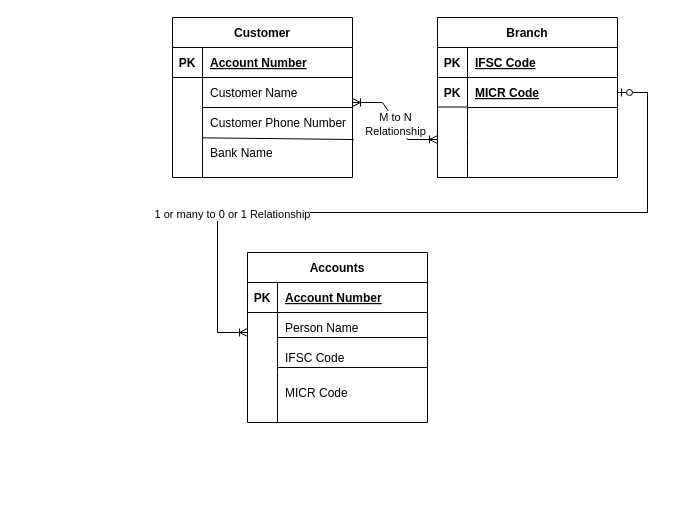
Before: erd/Paytm_ERD (1).drawio in Sahithi-003/DBMS-Assignment, a draw.io diagram. Source tidied: cells renumbered, new cells numbered last; positions are measured from the earlier drawing's top-left corner, leaving out a move shared by most shapes. Both pictures are drawn from the tidied source at 100%, with x=0, y=0 at pixel (172, 17).
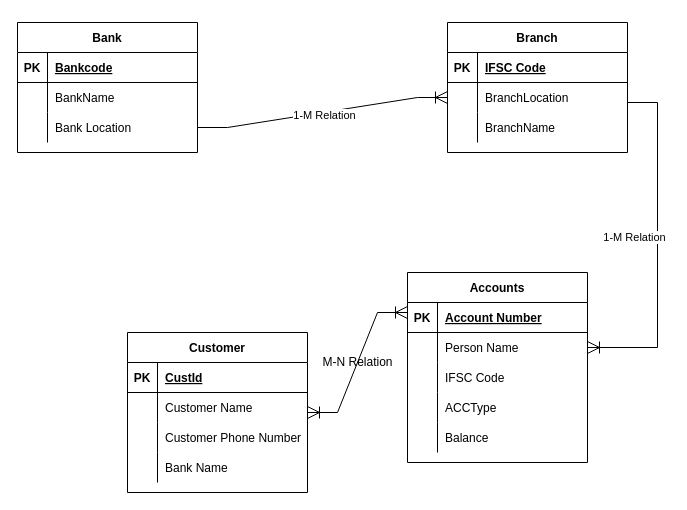
Above is the later version.

Unchanged cells that the change refers to:
```xml
<mxCell id="6" style="shape=tableRow;horizontal=0;startSize=0;swimlaneHead=0;swimlaneBody=0;fillColor=none;points=[[0,0.5],[1,0.5]];portConstraint=eastwest;top=0;left=0;right=0;bottom=0;" parent="2" vertex="1">
  <mxGeometry y="60" width="180" height="30" as="geometry" />
</mxCell>
<mxCell id="19" style="shape=tableRow;horizontal=0;startSize=0;swimlaneHead=0;swimlaneBody=0;fillColor=none;top=0;left=0;right=0;bottom=1;" parent="18" vertex="1">
  <mxGeometry y="30" width="180" height="30" as="geometry" />
</mxCell>
<mxCell id="25" style="shape=tableRow;horizontal=0;startSize=0;swimlaneHead=0;swimlaneBody=0;fillColor=none;points=[[0,0.5],[1,0.5]];portConstraint=eastwest;top=0;left=0;right=0;bottom=0;" parent="18" vertex="1">
  <mxGeometry y="90" width="180" height="30" as="geometry" />
</mxCell>
<mxCell id="28" style="shape=tableRow;horizontal=0;startSize=0;swimlaneHead=0;swimlaneBody=0;fillColor=none;points=[[0,0.5],[1,0.5]];portConstraint=eastwest;top=0;left=0;right=0;bottom=0;" parent="18" vertex="1">
  <mxGeometry y="120" width="180" height="30" as="geometry" />
</mxCell>
```

The edit, as a diff of the source:
```diff
@@
+    <mxCell id="54" style="edgeStyle=entityRelationEdgeStyle;fontSize=12;html=1;endArrow=ERoneToMany;rounded=0;endSize=10;startSize=10;entryX=0;entryY=0.5;entryDx=0;entryDy=0;exitX=1;exitY=0.5;exitDx=0;exitDy=0;" parent="1" edge="1" source="67" target="41">
+      <mxGeometry relative="1" as="geometry" />
+    </mxCell>
+    <mxCell id="55" value="1-M Relation" style="edgeLabel;html=1;align=center;verticalAlign=middle;" parent="54" vertex="1">
+      <mxGeometry x="0.01" y="-3" relative="1" as="geometry" />
+    </mxCell>
     <mxCell id="2" value="Accounts" style="shape=table;startSize=30;childLayout=tableLayout;rowLines=0;fontStyle=1;align=center;" parent="1" vertex="1">
-      <mxGeometry x="75" y="235" width="180" height="170" as="geometry" />
+      <mxGeometry x="235" y="255" width="180" height="190" as="geometry" />
     </mxCell>
@@
-    <mxCell id="12" style="shape=tableRow;horizontal=0;startSize=0;swimlaneHead=0;swimlaneBody=0;fillColor=none;top=0;left=0;right=0;bottom=0;" parent="2" vertex="1">
-      <mxGeometry y="120" width="180" height="40" as="geometry" />
-    </mxCell>
-    <mxCell id="13" style="shape=partialRectangle;fillColor=none;top=0;left=0;bottom=0;right=0;overflow=hidden;" parent="12" vertex="1">
-      <mxGeometry width="30" height="40" as="geometry" />
-    </mxCell>
-    <mxCell id="14" value="MICR Code" style="shape=partialRectangle;fillColor=none;top=0;left=0;bottom=0;right=0;align=left;spacingLeft=6;overflow=hidden;" parent="12" vertex="1">
-      <mxGeometry x="30" width="150" height="40" as="geometry" />
-    </mxCell>
-    <mxCell id="15" style="line;strokeWidth=1;dashed=0;labelPosition=right;align=left;verticalAlign=middle;spacingTop=0;spacingLeft=6;" parent="1" vertex="1">
-      <mxGeometry x="105" y="345" width="150" height="10" as="geometry" />
-    </mxCell>
-    <mxCell id="16" style="line;strokeWidth=1;dashed=0;labelPosition=right;align=left;verticalAlign=middle;spacingTop=0;spacingLeft=6;" parent="1" vertex="1">
-      <mxGeometry x="105" y="315" width="150" height="10" as="geometry" />
-    </mxCell>
-    <mxCell id="17" style="endArrow=none;html=1;rounded=0;" parent="1" edge="1">
-      <mxGeometry relative="1" as="geometry">
-        <mxPoint x="105" y="385" as="sourcePoint" />
-        <mxPoint x="105" y="405" as="targetPoint" />
-      </mxGeometry>
-    </mxCell>
+    <mxCell id="56" style="shape=tableRow;horizontal=0;startSize=0;swimlaneHead=0;swimlaneBody=0;fillColor=none;top=0;left=0;right=0;bottom=0;" parent="2" vertex="1">
+      <mxGeometry y="120" width="180" height="30" as="geometry" />
+    </mxCell>
+    <mxCell id="57" style="shape=partialRectangle;fillColor=none;top=0;left=0;bottom=0;right=0;overflow=hidden;" parent="56" vertex="1">
+      <mxGeometry width="30" height="30" as="geometry" />
+    </mxCell>
+    <mxCell id="58" value="ACCType" style="shape=partialRectangle;fillColor=none;top=0;left=0;bottom=0;right=0;align=left;spacingLeft=6;overflow=hidden;" parent="56" vertex="1">
+      <mxGeometry x="30" width="150" height="30" as="geometry" />
+    </mxCell>
+    <mxCell id="59" style="shape=tableRow;horizontal=0;startSize=0;swimlaneHead=0;swimlaneBody=0;fillColor=none;top=0;left=0;right=0;bottom=0;" parent="2" vertex="1">
+      <mxGeometry y="150" width="180" height="30" as="geometry" />
+    </mxCell>
+    <mxCell id="60" style="shape=partialRectangle;fillColor=none;top=0;left=0;bottom=0;right=0;overflow=hidden;" parent="59" vertex="1">
+      <mxGeometry width="30" height="30" as="geometry" />
+    </mxCell>
+    <mxCell id="61" value="Balance" style="shape=partialRectangle;fillColor=none;top=0;left=0;bottom=0;right=0;align=left;spacingLeft=6;overflow=hidden;" parent="59" vertex="1">
+      <mxGeometry x="30" width="150" height="30" as="geometry" />
+    </mxCell>
     <mxCell id="18" value="Customer" style="shape=table;startSize=30;childLayout=tableLayout;rowLines=0;fontStyle=1;align=center;" parent="1" vertex="1">
-      <mxGeometry width="180" height="160" as="geometry" />
+      <mxGeometry x="-45" y="315" width="180" height="160" as="geometry" />
     </mxCell>
@@
-    <mxCell id="21" value="Account Number" style="shape=partialRectangle;fillColor=none;top=0;left=0;bottom=0;right=0;align=left;spacingLeft=6;fontStyle=5;overflow=hidden;" parent="19" vertex="1">
+    <mxCell id="21" value="CustId" style="shape=partialRectangle;fillColor=none;top=0;left=0;bottom=0;right=0;align=left;spacingLeft=6;fontStyle=5;overflow=hidden;" parent="19" vertex="1">
       <mxGeometry x="30" width="150" height="30" as="geometry" />
     </mxCell>
@@
-    <mxCell id="31" style="endArrow=none;html=1;rounded=0;exitX=0.169;exitY=0.011;exitDx=0;exitDy=0;exitPerimeter=0;entryX=1.007;entryY=1.067;entryDx=0;entryDy=0;entryPerimeter=0;" parent="18" edge="1" source="28" target="25">
-      <mxGeometry relative="1" as="geometry" />
-    </mxCell>
-    <mxCell id="32" style="line;strokeWidth=1;dashed=0;labelPosition=right;align=left;verticalAlign=middle;spacingTop=0;spacingLeft=6;" parent="1" vertex="1">
-      <mxGeometry x="30" y="85" width="150" height="10" as="geometry" />
-    </mxCell>
-    <mxCell id="33" style="endArrow=none;html=1;rounded=0;" parent="1" edge="1">
-      <mxGeometry relative="1" as="geometry">
-        <mxPoint x="30" y="160" as="sourcePoint" />
-        <mxPoint x="30" y="140" as="targetPoint" />
-      </mxGeometry>
-    </mxCell>
+    <mxCell id="62" value="Bank" style="shape=table;startSize=30;childLayout=tableLayout;rowLines=0;fontStyle=1;align=center;" parent="1" vertex="1">
+      <mxGeometry x="-155" y="5" width="180" height="130" as="geometry" />
+    </mxCell>
+    <mxCell id="63" style="shape=tableRow;horizontal=0;startSize=0;swimlaneHead=0;swimlaneBody=0;fillColor=none;top=0;left=0;right=0;bottom=1;" parent="62" vertex="1">
+      <mxGeometry y="30" width="180" height="30" as="geometry" />
+    </mxCell>
+    <mxCell id="39" value="PK" style="shape=partialRectangle;fillColor=none;top=0;left=0;bottom=0;right=0;fontStyle=1;overflow=hidden;" parent="63" vertex="1">
+      <mxGeometry width="30" height="30" as="geometry" />
+    </mxCell>
+    <mxCell id="64" value="Bankcode" style="shape=partialRectangle;fillColor=none;top=0;left=0;bottom=0;right=0;align=left;spacingLeft=6;fontStyle=5;overflow=hidden;" parent="63" vertex="1">
+      <mxGeometry x="30" width="150" height="30" as="geometry" />
+    </mxCell>
+    <mxCell id="38" style="shape=tableRow;horizontal=0;startSize=0;swimlaneHead=0;swimlaneBody=0;fillColor=none;points=[[0,0.5],[1,0.5]];portConstraint=eastwest;top=0;left=0;right=0;bottom=0;" parent="62" vertex="1">
+      <mxGeometry y="60" width="180" height="30" as="geometry" />
+    </mxCell>
+    <mxCell id="65" style="shape=partialRectangle;fillColor=none;top=0;left=0;bottom=0;right=0;overflow=hidden;" parent="38" vertex="1">
+      <mxGeometry width="30" height="30" as="geometry" />
+    </mxCell>
+    <mxCell id="66" value="BankName" style="shape=partialRectangle;fillColor=none;top=0;left=0;bottom=0;right=0;align=left;spacingLeft=6;overflow=hidden;" parent="38" vertex="1">
+      <mxGeometry x="30" width="150" height="30" as="geometry" />
+    </mxCell>
+    <mxCell id="67" style="shape=tableRow;horizontal=0;startSize=0;swimlaneHead=0;swimlaneBody=0;fillColor=none;points=[[0,0.5],[1,0.5]];portConstraint=eastwest;top=0;left=0;right=0;bottom=0;" parent="62" vertex="1">
+      <mxGeometry y="90" width="180" height="30" as="geometry" />
+    </mxCell>
+    <mxCell id="68" style="shape=partialRectangle;fillColor=none;top=0;left=0;bottom=0;right=0;overflow=hidden;" parent="67" vertex="1">
+      <mxGeometry width="30" height="30" as="geometry" />
+    </mxCell>
+    <mxCell id="69" value="Bank Location" style="shape=partialRectangle;fillColor=none;top=0;left=0;bottom=0;right=0;align=left;spacingLeft=6;overflow=hidden;" parent="67" vertex="1">
+      <mxGeometry x="30" width="150" height="30" as="geometry" />
+    </mxCell>
     <mxCell id="34" value="Branch" style="shape=table;startSize=30;childLayout=tableLayout;rowLines=0;fontStyle=1;align=center;" parent="1" vertex="1">
-      <mxGeometry x="265" width="180" height="160" as="geometry" />
+      <mxGeometry x="275" y="5" width="180" height="130" as="geometry" />
     </mxCell>
@@
-    <mxCell id="38" style="shape=tableRow;horizontal=0;startSize=0;swimlaneHead=0;swimlaneBody=0;fillColor=none;points=[[0,0.5],[1,0.5]];portConstraint=eastwest;top=0;left=0;right=0;bottom=0;" parent="34" vertex="1">
-      <mxGeometry y="60" width="180" height="30" as="geometry" />
-    </mxCell>
-    <mxCell id="39" value="PK" style="shape=partialRectangle;fillColor=none;top=0;left=0;bottom=0;right=0;overflow=hidden;fontStyle=1;" parent="38" vertex="1">
-      <mxGeometry width="30" height="30" as="geometry" />
-    </mxCell>
-    <mxCell id="40" value="MICR Code" style="shape=partialRectangle;fillColor=none;top=0;left=0;bottom=0;right=0;align=left;spacingLeft=6;overflow=hidden;fontStyle=5;" parent="38" vertex="1">
-      <mxGeometry x="30" width="150" height="30" as="geometry" />
-    </mxCell>
     <mxCell id="41" style="shape=tableRow;horizontal=0;startSize=0;swimlaneHead=0;swimlaneBody=0;fillColor=none;points=[[0,0.5],[1,0.5]];portConstraint=eastwest;top=0;left=0;right=0;bottom=0;" parent="34" vertex="1">
-      <mxGeometry y="90" width="180" height="30" as="geometry" />
+      <mxGeometry y="60" width="180" height="30" as="geometry" />
     </mxCell>
@@
-    <mxCell id="43" style="shape=partialRectangle;fillColor=none;top=0;left=0;bottom=0;right=0;align=left;spacingLeft=6;overflow=hidden;" parent="41" vertex="1">
+    <mxCell id="43" value="BranchLocation" style="shape=partialRectangle;fillColor=none;top=0;left=0;bottom=0;right=0;align=left;spacingLeft=6;overflow=hidden;" parent="41" vertex="1">
       <mxGeometry x="30" width="150" height="30" as="geometry" />
     </mxCell>
     <mxCell id="44" style="shape=tableRow;horizontal=0;startSize=0;swimlaneHead=0;swimlaneBody=0;fillColor=none;top=0;left=0;right=0;bottom=0;" parent="34" vertex="1">
-      <mxGeometry y="120" width="180" height="30" as="geometry" />
+      <mxGeometry y="90" width="180" height="30" as="geometry" />
     </mxCell>
@@
-    <mxCell id="46" style="shape=partialRectangle;fillColor=none;top=0;left=0;bottom=0;right=0;align=left;spacingLeft=6;overflow=hidden;" parent="44" vertex="1">
+    <mxCell id="46" value="BranchName" style="shape=partialRectangle;fillColor=none;top=0;left=0;bottom=0;right=0;align=left;spacingLeft=6;overflow=hidden;" parent="44" vertex="1">
       <mxGeometry x="30" width="150" height="30" as="geometry" />
     </mxCell>
-    <mxCell id="47" style="line;strokeWidth=1;dashed=0;labelPosition=right;align=left;verticalAlign=middle;spacingTop=0;spacingLeft=6;" parent="1" vertex="1">
-      <mxGeometry x="295" y="85" width="150" height="10" as="geometry" />
-    </mxCell>
-    <mxCell id="48" style="endArrow=none;html=1;rounded=0;" parent="1" edge="1">
-      <mxGeometry relative="1" as="geometry">
-        <mxPoint x="295" y="140" as="sourcePoint" />
-        <mxPoint x="295" y="160" as="targetPoint" />
-      </mxGeometry>
-    </mxCell>
-    <mxCell id="49" style="endArrow=none;html=1;rounded=0;" parent="1" edge="1">
-      <mxGeometry relative="1" as="geometry">
-        <mxPoint x="265" y="89.5" as="sourcePoint" />
-        <mxPoint x="295" y="89.5" as="targetPoint" />
-      </mxGeometry>
-    </mxCell>
-    <mxCell id="50" style="edgeStyle=entityRelationEdgeStyle;fontSize=12;html=1;endArrow=ERoneToMany;startArrow=ERoneToMany;rounded=0;" parent="1" edge="1">
-      <mxGeometry relative="1" as="geometry">
-        <mxPoint x="180" y="85" as="sourcePoint" />
-        <mxPoint x="265" y="122" as="targetPoint" />
-      </mxGeometry>
-    </mxCell>
-    <mxCell id="51" value="M to N&lt;br&gt;Relationship" style="edgeLabel;html=1;align=center;verticalAlign=middle;" parent="50" vertex="1">
-      <mxGeometry x="0.05" y="-2" relative="1" as="geometry" />
-    </mxCell>
-    <mxCell id="52" style="edgeStyle=entityRelationEdgeStyle;fontSize=12;html=1;endArrow=ERoneToMany;startArrow=ERzeroToOne;rounded=0;exitX=1;exitY=0.5;exitDx=0;exitDy=0;" parent="1" edge="1" source="38">
-      <mxGeometry relative="1" as="geometry">
-        <mxPoint x="75" y="315" as="targetPoint" />
-      </mxGeometry>
-    </mxCell>
-    <mxCell id="53" value="1 or many to 0 or 1 Relationship" style="edgeLabel;html=1;align=center;verticalAlign=middle;" parent="52" vertex="1">
-      <mxGeometry x="0.55" y="1" relative="1" as="geometry" />
-    </mxCell>
+    <mxCell id="70" style="edgeStyle=entityRelationEdgeStyle;fontSize=12;html=1;endArrow=ERoneToMany;rounded=0;endSize=10;startSize=10;" parent="1" edge="1" target="6">
+      <mxGeometry relative="1" as="geometry">
+        <mxPoint x="455" y="85" as="sourcePoint" />
+      </mxGeometry>
+    </mxCell>
+    <mxCell id="71" value="1-M Relation" style="edgeLabel;html=1;align=center;verticalAlign=middle;" parent="70" vertex="1">
+      <mxGeometry x="0.01" y="-3" relative="1" as="geometry">
+        <mxPoint x="-21" y="-10" as="offset" />
+      </mxGeometry>
+    </mxCell>
+    <mxCell id="72" style="edgeStyle=entityRelationEdgeStyle;fontSize=12;html=1;endArrow=ERoneToMany;startArrow=ERoneToMany;rounded=0;startSize=10;endSize=10;" parent="1" edge="1">
+      <mxGeometry relative="1" as="geometry">
+        <mxPoint x="135" y="395" as="sourcePoint" />
+        <mxPoint x="235" y="295" as="targetPoint" />
+      </mxGeometry>
+    </mxCell>
+    <mxCell id="73" value="M-N Relation&lt;br&gt;" style="text;html=1;align=center;verticalAlign=middle;strokeColor=none;fillColor=none;" parent="1" vertex="1">
+      <mxGeometry x="140" y="335" width="90" height="20" as="geometry" />
+    </mxCell>
```
